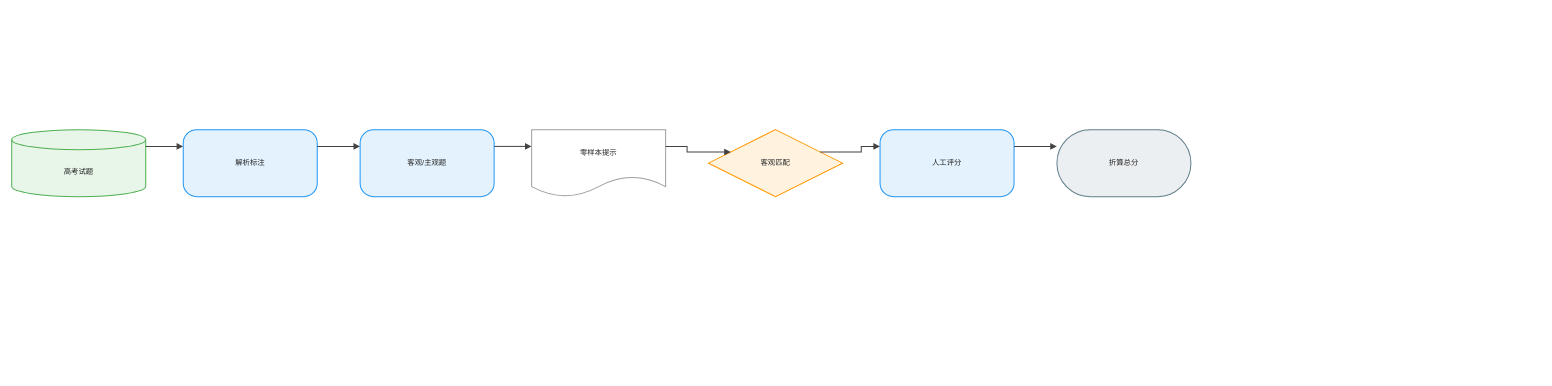
Before: drawio/GaokaoBench/GaokaoBench.zh.drawio in joe1chief/benchmark-hub, a draw.io diagram. Source tidied: cells renumbered, new cells numbered last; positions are measured from the earlier drawing's top-left corner, leaving out a move shared by most shapes. Both pictures are drawn from the tidied source at 67%, with x=0, y=0 at pixel (11, 129).
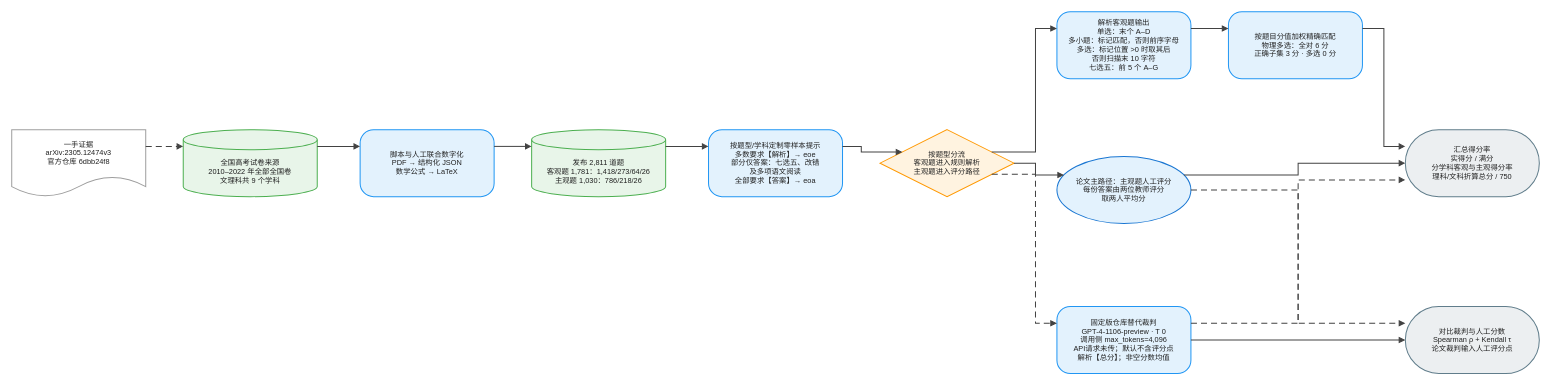
After the change.

The edit, as a diff of the source:
```diff
@@
-    <mxCell id="2" value="高考试题" style="shape=cylinder3;boundedLbl=1;backgroundOutline=1;size=15;html=1;whiteSpace=wrap;fillColor=#E8F5E9;strokeColor=#4CAF50;strokeWidth=1.5;fontColor=#212121;fontSize=11;fontFamily=Arial, Helvetica, sans-serif;verticalAlign=middle;align=center;" parent="1" vertex="1">
+    <mxCell id="2" value="一手证据&#10;arXiv:2305.12474v3&#10;官方仓库 6dbb24f8" style="shape=document;boundedLbl=1;html=0;convertToSvg=1;whiteSpace=wrap;fillColor=#FFFFFF;strokeColor=#9E9E9E;strokeWidth=1.5;fontColor=#212121;fontSize=11;fontFamily=Arial, Helvetica, sans-serif;verticalAlign=middle;align=center;" parent="1" vertex="1">
       <mxGeometry width="200" height="100" as="geometry" />
     </mxCell>
-    <mxCell id="3" value="解析标注" style="rounded=1;arcSize=20;html=1;whiteSpace=wrap;fillColor=#E3F2FD;strokeColor=#2196F3;strokeWidth=1.5;fontColor=#212121;fontSize=11;fontFamily=Arial, Helvetica, sans-serif;verticalAlign=middle;align=center;" parent="1" vertex="1">
+    <mxCell id="3" value="全国高考试卷来源&#10;2010–2022 年全部全国卷&#10;文理科共 9 个学科" style="shape=cylinder3;boundedLbl=1;backgroundOutline=1;size=15;html=0;convertToSvg=1;whiteSpace=wrap;fillColor=#E8F5E9;strokeColor=#4CAF50;strokeWidth=1.5;fontColor=#212121;fontSize=11;fontFamily=Arial, Helvetica, sans-serif;verticalAlign=middle;align=center;" parent="1" vertex="1">
       <mxGeometry x="256" width="200" height="100" as="geometry" />
     </mxCell>
-    <mxCell id="4" value="客观/主观题" style="rounded=1;arcSize=20;html=1;whiteSpace=wrap;fillColor=#E3F2FD;strokeColor=#2196F3;strokeWidth=1.5;fontColor=#212121;fontSize=11;fontFamily=Arial, Helvetica, sans-serif;verticalAlign=middle;align=center;" parent="1" vertex="1">
+    <mxCell id="4" value="脚本与人工联合数字化&#10;PDF → 结构化 JSON&#10;数学公式 → LaTeX" style="rounded=1;arcSize=20;html=0;convertToSvg=1;whiteSpace=wrap;fillColor=#E3F2FD;strokeColor=#2196F3;strokeWidth=1.5;fontColor=#212121;fontSize=11;fontFamily=Arial, Helvetica, sans-serif;verticalAlign=middle;align=center;" parent="1" vertex="1">
       <mxGeometry x="520" width="200" height="100" as="geometry" />
     </mxCell>
-    <mxCell id="5" value="零样本提示" style="shape=document;boundedLbl=1;html=1;whiteSpace=wrap;fillColor=#FFFFFF;strokeColor=#9E9E9E;strokeWidth=1.5;fontColor=#212121;fontSize=11;fontFamily=Arial, Helvetica, sans-serif;verticalAlign=middle;align=center;" parent="1" vertex="1">
+    <mxCell id="5" value="发布 2,811 道题&#10;客观题 1,781：1,418/273/64/26&#10;主观题 1,030：786/218/26" style="shape=cylinder3;boundedLbl=1;backgroundOutline=1;size=15;html=0;convertToSvg=1;whiteSpace=wrap;fillColor=#E8F5E9;strokeColor=#4CAF50;strokeWidth=1.5;fontColor=#212121;fontSize=11;fontFamily=Arial, Helvetica, sans-serif;verticalAlign=middle;align=center;" parent="1" vertex="1">
       <mxGeometry x="776" width="200" height="100" as="geometry" />
     </mxCell>
-    <mxCell id="6" value="客观匹配" style="rhombus;html=1;whiteSpace=wrap;fillColor=#FFF3E0;strokeColor=#FF9800;strokeWidth=1.5;fontColor=#212121;fontSize=11;fontFamily=Arial, Helvetica, sans-serif;verticalAlign=middle;align=center;" parent="1" vertex="1">
+    <mxCell id="6" value="按题型/学科定制零样本提示&#10;多数要求【解析】→ eoe&#10;部分仅答案：七选五、改错&#10;及多项语文阅读&#10;全部要求【答案】→ eoa" style="rounded=1;arcSize=20;html=0;convertToSvg=1;whiteSpace=wrap;fillColor=#E3F2FD;strokeColor=#2196F3;strokeWidth=1.5;fontColor=#212121;fontSize=11;fontFamily=Arial, Helvetica, sans-serif;verticalAlign=middle;align=center;" parent="1" vertex="1">
       <mxGeometry x="1040" width="200" height="100" as="geometry" />
     </mxCell>
-    <mxCell id="7" value="人工评分" style="rounded=1;arcSize=20;html=1;whiteSpace=wrap;fillColor=#E3F2FD;strokeColor=#2196F3;strokeWidth=1.5;fontColor=#212121;fontSize=11;fontFamily=Arial, Helvetica, sans-serif;verticalAlign=middle;align=center;" parent="1" vertex="1">
+    <mxCell id="7" value="按题型分流&#10;客观题进入规则解析&#10;主观题进入评分路径" style="rhombus;html=0;convertToSvg=1;whiteSpace=wrap;fillColor=#FFF3E0;strokeColor=#FF9800;strokeWidth=1.5;fontColor=#212121;fontSize=11;fontFamily=Arial, Helvetica, sans-serif;verticalAlign=middle;align=center;" parent="1" vertex="1">
       <mxGeometry x="1296" width="200" height="100" as="geometry" />
     </mxCell>
-    <mxCell id="8" value="折算总分" style="rounded=1;arcSize=50;html=1;whiteSpace=wrap;fillColor=#ECEFF1;strokeColor=#607D8B;strokeWidth=1.5;fontColor=#212121;fontSize=11;fontFamily=Arial, Helvetica, sans-serif;verticalAlign=middle;align=center;" parent="1" vertex="1">
-      <mxGeometry x="1560" width="200" height="100" as="geometry" />
+    <mxCell id="8" value="解析客观题输出&#10;单选：末个 A–D&#10;多小题：标记匹配，否则前序字母&#10;多选：标记位置 &gt;0 时取其后&#10;否则扫描末 10 字符&#10;七选五：前 5 个 A–G" style="rounded=1;arcSize=20;html=0;convertToSvg=1;whiteSpace=wrap;fillColor=#E3F2FD;strokeColor=#2196F3;strokeWidth=1.5;fontColor=#212121;fontSize=11;fontFamily=Arial, Helvetica, sans-serif;verticalAlign=middle;align=center;" parent="1" vertex="1">
+      <mxGeometry x="1560" y="-176" width="200" height="100" as="geometry" />
     </mxCell>
-    <mxCell id="9" style="edgeStyle=orthogonalEdgeStyle;rounded=0;jettySize=auto;html=1;strokeColor=#424242;strokeWidth=1.5;endArrow=block;endFill=1;exitX=1;exitY=0.25;exitDx=0;exitDy=0;entryX=0;entryY=0.25;entryDx=0;entryDy=0;jumpStyle=arc;jumpSize=8;" parent="1" edge="1" source="2" target="3">
-      <mxGeometry relative="1" as="geometry" />
+    <mxCell id="9" value="按题目分值加权精确匹配&#10;物理多选：全对 6 分&#10;正确子集 3 分 · 多选 0 分" style="rounded=1;arcSize=20;html=0;convertToSvg=1;whiteSpace=wrap;fillColor=#E3F2FD;strokeColor=#2196F3;strokeWidth=1.5;fontColor=#212121;fontSize=11;fontFamily=Arial, Helvetica, sans-serif;verticalAlign=middle;align=center;" parent="1" vertex="1">
+      <mxGeometry x="1816" y="-176" width="200" height="100" as="geometry" />
     </mxCell>
-    <mxCell id="10" style="edgeStyle=orthogonalEdgeStyle;rounded=0;jettySize=auto;html=1;strokeColor=#424242;strokeWidth=1.5;endArrow=block;endFill=1;exitX=1;exitY=0.25;exitDx=0;exitDy=0;entryX=0;entryY=0.25;entryDx=0;entryDy=0;jumpStyle=arc;jumpSize=8;" parent="1" edge="1" source="3" target="4">
-      <mxGeometry relative="1" as="geometry" />
+    <mxCell id="10" value="论文主路径：主观题人工评分&#10;每份答案由两位教师评分&#10;取两人平均分" style="ellipse;html=0;convertToSvg=1;whiteSpace=wrap;fillColor=#E3F2FD;strokeColor=#1976D2;strokeWidth=1.5;fontColor=#212121;fontSize=11;fontFamily=Arial, Helvetica, sans-serif;verticalAlign=middle;align=center;" parent="1" vertex="1">
+      <mxGeometry x="1560" y="40" width="200" height="100" as="geometry" />
     </mxCell>
-    <mxCell id="11" style="edgeStyle=orthogonalEdgeStyle;rounded=0;jettySize=auto;html=1;strokeColor=#424242;strokeWidth=1.5;endArrow=block;endFill=1;exitX=1;exitY=0.25;exitDx=0;exitDy=0;entryX=0;entryY=0.25;entryDx=0;entryDy=0;jumpStyle=arc;jumpSize=8;" parent="1" edge="1" source="4" target="5">
-      <mxGeometry relative="1" as="geometry" />
+    <mxCell id="11" value="固定版仓库替代裁判&#10;GPT-4-1106-preview · T 0&#10;调用侧 max_tokens=4,096&#10;API请求未传；默认不含评分点&#10;解析【总分】；非空分数均值" style="rounded=1;arcSize=20;html=0;convertToSvg=1;whiteSpace=wrap;fillColor=#E3F2FD;strokeColor=#2196F3;strokeWidth=1.5;fontColor=#212121;fontSize=11;fontFamily=Arial, Helvetica, sans-serif;verticalAlign=middle;align=center;" parent="1" vertex="1">
+      <mxGeometry x="1560" y="264" width="200" height="100" as="geometry" />
     </mxCell>
-    <mxCell id="12" style="edgeStyle=orthogonalEdgeStyle;rounded=0;jettySize=auto;html=1;strokeColor=#424242;strokeWidth=1.5;endArrow=block;endFill=1;exitX=1;exitY=0.25;exitDx=0;exitDy=0;entryX=0;entryY=0.25;entryDx=0;entryDy=0;jumpStyle=arc;jumpSize=8;" parent="1" edge="1" source="5" target="6">
-      <mxGeometry relative="1" as="geometry" />
+    <mxCell id="12" value="汇总得分率&#10;实得分 / 满分&#10;分学科客观与主观得分率&#10;理科/文科折算总分 / 750" style="rounded=1;arcSize=50;html=0;convertToSvg=1;whiteSpace=wrap;fillColor=#ECEFF1;strokeColor=#607D8B;strokeWidth=1.5;fontColor=#212121;fontSize=11;fontFamily=Arial, Helvetica, sans-serif;verticalAlign=middle;align=center;" parent="1" vertex="1">
+      <mxGeometry x="2080" width="200" height="100" as="geometry" />
     </mxCell>
-    <mxCell id="13" style="edgeStyle=orthogonalEdgeStyle;rounded=0;jettySize=auto;html=1;strokeColor=#424242;strokeWidth=1.5;endArrow=block;endFill=1;exitX=1;exitY=0.25;exitDx=0;exitDy=0;entryX=0;entryY=0.25;entryDx=0;entryDy=0;jumpStyle=arc;jumpSize=8;" parent="1" edge="1" source="6" target="7">
-      <mxGeometry relative="1" as="geometry" />
+    <mxCell id="13" value="对比裁判与人工分数&#10;Spearman ρ + Kendall τ&#10;论文裁判输入人工评分点" style="rounded=1;arcSize=50;html=0;convertToSvg=1;whiteSpace=wrap;fillColor=#ECEFF1;strokeColor=#607D8B;strokeWidth=1.5;fontColor=#212121;fontSize=11;fontFamily=Arial, Helvetica, sans-serif;verticalAlign=middle;align=center;" parent="1" vertex="1">
+      <mxGeometry x="2080" y="264" width="200" height="100" as="geometry" />
     </mxCell>
-    <mxCell id="14" style="edgeStyle=orthogonalEdgeStyle;rounded=0;jettySize=auto;html=1;strokeColor=#424242;strokeWidth=1.5;endArrow=block;endFill=1;exitX=1;exitY=0.25;exitDx=0;exitDy=0;entryX=0;entryY=0.25;entryDx=0;entryDy=0;jumpStyle=arc;jumpSize=8;" parent="1" edge="1" source="7" target="8">
+    <mxCell id="14" style="edgeStyle=orthogonalEdgeStyle;rounded=0;jettySize=auto;html=0;convertToSvg=1;strokeColor=#424242;strokeWidth=1.5;endArrow=block;endFill=1;exitX=1;exitY=0.25;exitDx=0;exitDy=0;entryX=0;entryY=0.25;entryDx=0;entryDy=0;dashed=1;dashPattern=6 4;jumpStyle=arc;jumpSize=8;" parent="1" edge="1" source="2" target="3">
       <mxGeometry relative="1" as="geometry" />
     </mxCell>
+    <mxCell id="15" style="edgeStyle=orthogonalEdgeStyle;rounded=0;jettySize=auto;html=0;convertToSvg=1;strokeColor=#424242;strokeWidth=1.5;endArrow=block;endFill=1;exitX=1;exitY=0.25;exitDx=0;exitDy=0;entryX=0;entryY=0.25;entryDx=0;entryDy=0;jumpStyle=arc;jumpSize=8;" parent="1" edge="1" source="3" target="4">
+      <mxGeometry relative="1" as="geometry" />
+    </mxCell>
+    <mxCell id="16" style="edgeStyle=orthogonalEdgeStyle;rounded=0;jettySize=auto;html=0;convertToSvg=1;strokeColor=#424242;strokeWidth=1.5;endArrow=block;endFill=1;exitX=1;exitY=0.25;exitDx=0;exitDy=0;entryX=0;entryY=0.25;entryDx=0;entryDy=0;jumpStyle=arc;jumpSize=8;" parent="1" edge="1" source="4" target="5">
+      <mxGeometry relative="1" as="geometry" />
+    </mxCell>
+    <mxCell id="17" style="edgeStyle=orthogonalEdgeStyle;rounded=0;jettySize=auto;html=0;convertToSvg=1;strokeColor=#424242;strokeWidth=1.5;endArrow=block;endFill=1;exitX=1;exitY=0.25;exitDx=0;exitDy=0;entryX=0;entryY=0.25;entryDx=0;entryDy=0;jumpStyle=arc;jumpSize=8;" parent="1" edge="1" source="5" target="6">
+      <mxGeometry relative="1" as="geometry" />
+    </mxCell>
+    <mxCell id="18" style="edgeStyle=orthogonalEdgeStyle;rounded=0;jettySize=auto;html=0;convertToSvg=1;strokeColor=#424242;strokeWidth=1.5;endArrow=block;endFill=1;exitX=1;exitY=0.25;exitDx=0;exitDy=0;entryX=0;entryY=0.25;entryDx=0;entryDy=0;jumpStyle=arc;jumpSize=8;" parent="1" edge="1" source="6" target="7">
+      <mxGeometry relative="1" as="geometry" />
+    </mxCell>
+    <mxCell id="19" style="edgeStyle=orthogonalEdgeStyle;rounded=0;jettySize=auto;html=0;convertToSvg=1;strokeColor=#424242;strokeWidth=1.5;endArrow=block;endFill=1;exitX=1;exitY=0.25;exitDx=0;exitDy=0;entryX=0;entryY=0.25;entryDx=0;entryDy=0;jumpStyle=arc;jumpSize=8;" parent="1" edge="1" source="7" target="8">
+      <mxGeometry relative="1" as="geometry" />
+    </mxCell>
+    <mxCell id="20" style="edgeStyle=orthogonalEdgeStyle;rounded=0;jettySize=auto;html=0;convertToSvg=1;strokeColor=#424242;strokeWidth=1.5;endArrow=block;endFill=1;exitX=1;exitY=0.25;exitDx=0;exitDy=0;entryX=0;entryY=0.25;entryDx=0;entryDy=0;jumpStyle=arc;jumpSize=8;" parent="1" edge="1" source="8" target="9">
+      <mxGeometry relative="1" as="geometry" />
+    </mxCell>
+    <mxCell id="21" style="edgeStyle=orthogonalEdgeStyle;rounded=0;jettySize=auto;html=0;convertToSvg=1;strokeColor=#424242;strokeWidth=1.5;endArrow=block;endFill=1;exitX=1;exitY=0.25;exitDx=0;exitDy=0;entryX=0;entryY=0.25;entryDx=0;entryDy=0;jumpStyle=arc;jumpSize=8;" parent="1" edge="1" source="9" target="12">
+      <mxGeometry relative="1" as="geometry" />
+    </mxCell>
+    <mxCell id="22" style="edgeStyle=orthogonalEdgeStyle;rounded=0;jettySize=auto;html=0;convertToSvg=1;strokeColor=#424242;strokeWidth=1.5;endArrow=block;endFill=1;exitX=1;exitY=0.5;exitDx=0;exitDy=0;entryX=0;entryY=0.25;entryDx=0;entryDy=0;jumpStyle=arc;jumpSize=8;" parent="1" edge="1" source="7" target="10">
+      <mxGeometry relative="1" as="geometry" />
+    </mxCell>
+    <mxCell id="23" style="edgeStyle=orthogonalEdgeStyle;rounded=0;jettySize=auto;html=0;convertToSvg=1;strokeColor=#424242;strokeWidth=1.5;endArrow=block;endFill=1;exitX=1;exitY=0.25;exitDx=0;exitDy=0;entryX=0;entryY=0.5;entryDx=0;entryDy=0;jumpStyle=arc;jumpSize=8;" parent="1" edge="1" source="10" target="12">
+      <mxGeometry relative="1" as="geometry" />
+    </mxCell>
+    <mxCell id="24" style="edgeStyle=orthogonalEdgeStyle;rounded=0;jettySize=auto;html=0;convertToSvg=1;strokeColor=#424242;strokeWidth=1.5;endArrow=block;endFill=1;exitX=1;exitY=0.75;exitDx=0;exitDy=0;entryX=0;entryY=0.25;entryDx=0;entryDy=0;dashed=1;dashPattern=6 4;jumpStyle=arc;jumpSize=8;" parent="1" edge="1" source="7" target="11">
+      <mxGeometry relative="1" as="geometry" />
+    </mxCell>
+    <mxCell id="25" style="edgeStyle=orthogonalEdgeStyle;rounded=0;jettySize=auto;html=0;convertToSvg=1;strokeColor=#424242;strokeWidth=1.5;endArrow=block;endFill=1;exitX=1;exitY=0.25;exitDx=0;exitDy=0;entryX=0;entryY=0.75;entryDx=0;entryDy=0;dashed=1;dashPattern=6 4;jumpStyle=arc;jumpSize=8;" parent="1" edge="1" source="11" target="12">
+      <mxGeometry relative="1" as="geometry" />
+    </mxCell>
+    <mxCell id="26" style="edgeStyle=orthogonalEdgeStyle;rounded=0;jettySize=auto;html=0;convertToSvg=1;strokeColor=#424242;strokeWidth=1.5;endArrow=block;endFill=1;exitX=1;exitY=0.5;exitDx=0;exitDy=0;entryX=0;entryY=0.25;entryDx=0;entryDy=0;dashed=1;dashPattern=6 4;jumpStyle=arc;jumpSize=8;" parent="1" edge="1" source="10" target="13">
+      <mxGeometry relative="1" as="geometry" />
+    </mxCell>
+    <mxCell id="27" style="edgeStyle=orthogonalEdgeStyle;rounded=0;jettySize=auto;html=0;convertToSvg=1;strokeColor=#424242;strokeWidth=1.5;endArrow=block;endFill=1;exitX=1;exitY=0.5;exitDx=0;exitDy=0;entryX=0;entryY=0.5;entryDx=0;entryDy=0;jumpStyle=arc;jumpSize=8;" parent="1" edge="1" source="11" target="13">
+      <mxGeometry relative="1" as="geometry" />
+    </mxCell>
```
